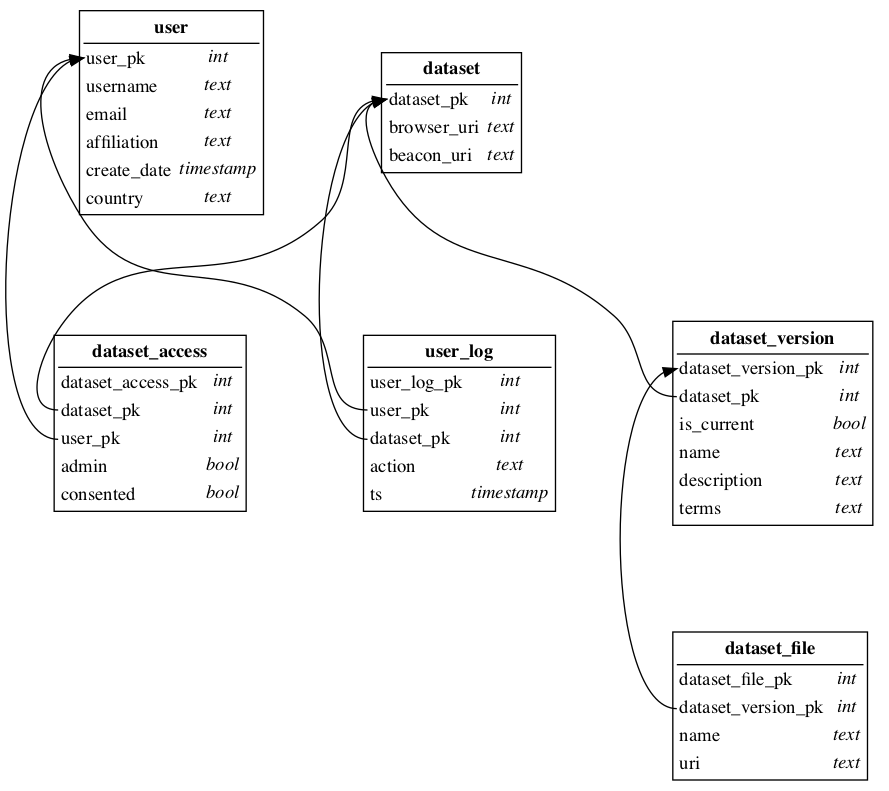
This is schema.dot.png from NBISweden/swefreq, a Graphviz export, as it was before one commit. Its source is kept beside it as schema.dot.
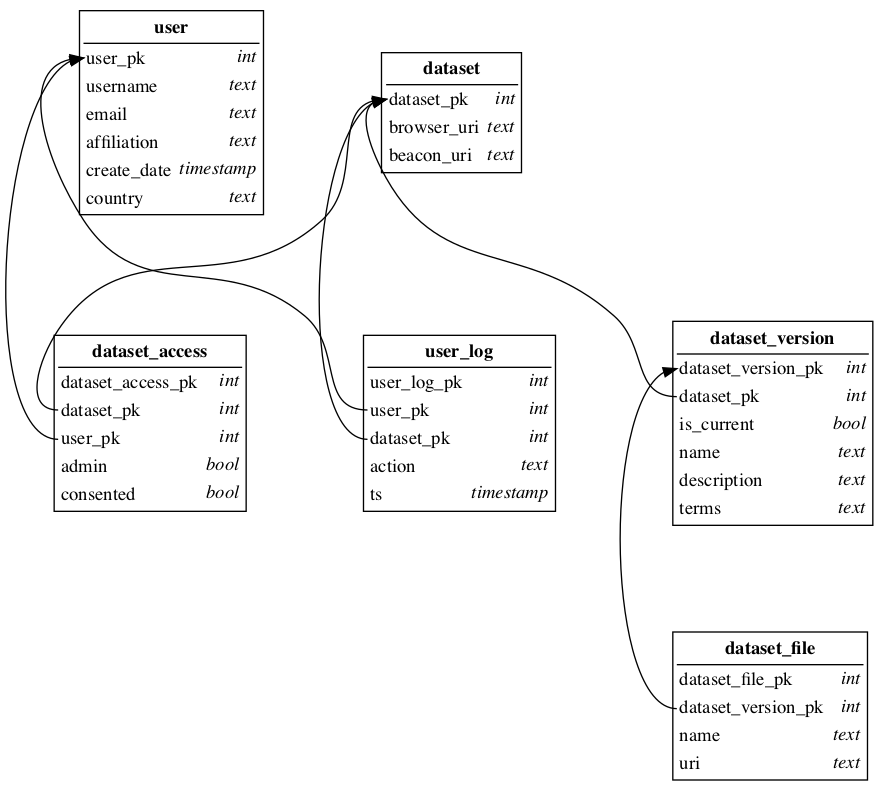
After the change.

Commit message:
Right aligned types

Diff of the diagram source:
```diff
@@ -10,56 +10,56 @@
     */
         user [ label=<<table border="1" cellborder="0" align="left">
             <tr><td border="1" sides="b" colspan="2"><b>user</b></td></tr>
-            <tr><td align="left" port="pk">user_pk</td><td><i>int</i></td></tr>
-            <tr><td align="left">username</td><td><i>text</i></td></tr>
-            <tr><td align="left" port="email">email</td><td><i>text</i></td></tr>
-            <tr><td align="left">affiliation</td><td><i>text</i></td></tr>
-            <tr><td align="left">create_date</td><td><i>timestamp</i></td></tr>
-            <tr><td align="left">country</td><td><i>text</i></td></tr>
+            <tr><td align="left" port="pk">user_pk</td><td align="right"><i>int</i></td></tr>
+            <tr><td align="left">username</td><td align="right"><i>text</i></td></tr>
+            <tr><td align="left" port="email">email</td><td align="right"><i>text</i></td></tr>
+            <tr><td align="left">affiliation</td><td align="right"><i>text</i></td></tr>
+            <tr><td align="left">create_date</td><td align="right"><i>timestamp</i></td></tr>
+            <tr><td align="left">country</td><td align="right"><i>text</i></td></tr>
             </table>> ];
 
         dataset [ label=<<table border="1" cellborder="0">
             <tr><td border="1" sides="b" colspan="2"><b>dataset</b></td></tr>
-            <tr><td align="left" port="pk">dataset_pk</td><td><i>int</i></td></tr>
-            <tr><td align="left">browser_uri</td>         <td><i>text</i></td></tr>
-            <tr><td align="left">beacon_uri</td>          <td><i>text</i></td></tr>
+            <tr><td align="left" port="pk">dataset_pk</td><td align="right"><i>int</i></td></tr>
+            <tr><td align="left">browser_uri</td>         <td align="right"><i>text</i></td></tr>
+            <tr><td align="left">beacon_uri</td>          <td align="right"><i>text</i></td></tr>
             </table>> ];
 
         user_log [ label=<<table border="1" cellborder="0">
             <tr><td border="1" sides="b" colspan="2"><b>user_log</b></td></tr>
-            <tr><td align="left" port="pk">user_log_pk</td><td><i>int</i></td></tr>
-            <tr><td align="left" port="user_pk">user_pk</td><td><i>int</i></td></tr>
-            <tr><td align="left" port="dataset">dataset_pk</td><td><i>int</i></td></tr>
-            <tr><td align="left">action</td><td><i>text</i></td></tr>
-            <tr><td align="left">ts</td><td><i>timestamp</i></td></tr>
+            <tr><td align="left" port="pk">user_log_pk</td><td align="right"><i>int</i></td></tr>
+            <tr><td align="left" port="user_pk">user_pk</td><td align="right"><i>int</i></td></tr>
+            <tr><td align="left" port="dataset">dataset_pk</td><td align="right"><i>int</i></td></tr>
+            <tr><td align="left">action</td><td align="right"><i>text</i></td></tr>
+            <tr><td align="left">ts</td><td align="right"><i>timestamp</i></td></tr>
             </table>> ];
 
         dataset_access [ label=<<table border="1" cellborder="0">
             <tr><td border="1" sides="b" colspan="2"><b>dataset_access</b></td></tr>
-            <tr><td align="left" port="pk">dataset_access_pk</td><td><i>int</i></td></tr>
-            <tr><td align="left" port="dataset">dataset_pk</td><td><i>int</i></td></tr>
-            <tr><td align="left" port="user">user_pk</td><td><i>int</i></td></tr>
-            <tr><td align="left">admin</td><td><i>bool</i></td></tr>
-            <tr><td align="left">consented</td><td><i>bool</i></td></tr>
+            <tr><td align="left" port="pk">dataset_access_pk</td><td align="right"><i>int</i></td></tr>
+            <tr><td align="left" port="dataset">dataset_pk</td><td align="right"><i>int</i></td></tr>
+            <tr><td align="left" port="user">user_pk</td><td align="right"><i>int</i></td></tr>
+            <tr><td align="left">admin</td><td align="right"><i>bool</i></td></tr>
+            <tr><td align="left">consented</td><td align="right"><i>bool</i></td></tr>
             </table>> ];
 
 
         dataset_version [ label=<<table border="1" cellborder="0">
             <tr><td border="1" sides="b" colspan="2"><b>dataset_version</b></td></tr>
-            <tr><td align="left" port="pk">dataset_version_pk</td><td><i>int</i></td></tr>
-            <tr><td align="left" port="dataset">dataset_pk</td><td><i>int</i></td></tr>
-            <tr><td align="left">is_current</td><td><i>bool</i></td></tr>
-            <tr><td align="left">name</td><td><i>text</i></td></tr>
-            <tr><td align="left">description</td><td><i>text</i></td></tr>
-            <tr><td align="left">terms</td><td><i>text</i></td></tr>
+            <tr><td align="left" port="pk">dataset_version_pk</td><td align="right"><i>int</i></td></tr>
+            <tr><td align="left" port="dataset">dataset_pk</td><td align="right"><i>int</i></td></tr>
+            <tr><td align="left">is_current</td><td align="right"><i>bool</i></td></tr>
+            <tr><td align="left">name</td><td align="right"><i>text</i></td></tr>
+            <tr><td align="left">description</td><td align="right"><i>text</i></td></tr>
+            <tr><td align="left">terms</td><td align="right"><i>text</i></td></tr>
             </table>> ];
 
         dataset_file [ label=<<table border="1" cellborder="0">
             <tr><td border="1" sides="b" colspan="2"><b>dataset_file</b></td></tr>
-            <tr><td align="left" port="pk">dataset_file_pk</td><td><i>int</i></td></tr>
-            <tr><td align="left" port="dv">dataset_version_pk</td><td><i>int</i></td></tr>
-            <tr><td align="left">name</td><td><i>text</i></td></tr>
-            <tr><td align="left">uri</td><td><i>text</i></td></tr>
+            <tr><td align="left" port="pk">dataset_file_pk</td><td align="right"><i>int</i></td></tr>
+            <tr><td align="left" port="dv">dataset_version_pk</td><td align="right"><i>int</i></td></tr>
+            <tr><td align="left">name</td><td align="right"><i>text</i></td></tr>
+            <tr><td align="left">uri</td><td align="right"><i>text</i></td></tr>
             </table>> ];
 
 
```
